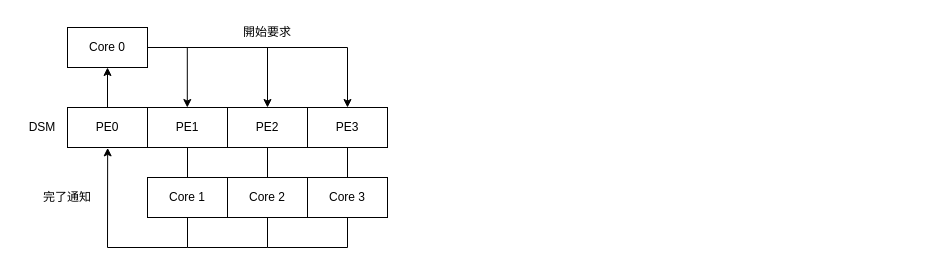
21km43/drawio keeps this draw.io diagram as マルチコア同期.drawio. Above is the earlier version. Source tidied: cells renumbered, new cells numbered last; positions are measured from the earlier drawing's top-left corner, leaving out a move shared by most shapes. Both pictures are drawn from the tidied source at 100%, with x=0, y=0 at pixel (17, 17).
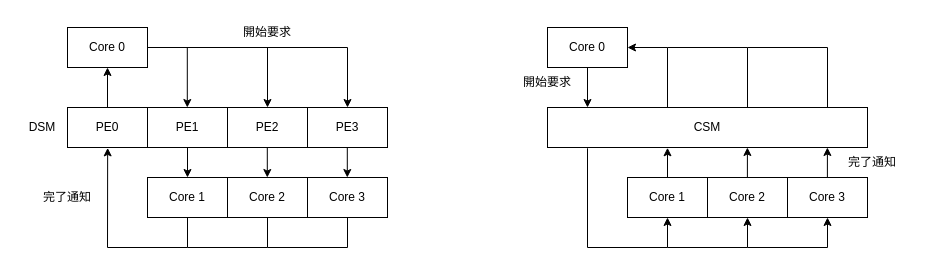
Above is the later version.

Commit message (it also covers changes not shown here):
マルチコア同期.drawio を更新します

The change refers to these unchanged cells:
```xml
<mxCell id="2" value="PE0" style="rounded=0;whiteSpace=wrap;html=1;" parent="1" vertex="1">
  <mxGeometry x="50" y="90" width="80" height="40" as="geometry" />
</mxCell>
<mxCell id="3" value="PE1" style="rounded=0;whiteSpace=wrap;html=1;" parent="1" vertex="1">
  <mxGeometry x="130" y="90" width="80" height="40" as="geometry" />
</mxCell>
<mxCell id="4" value="PE2" style="rounded=0;whiteSpace=wrap;html=1;" parent="1" vertex="1">
  <mxGeometry x="210" y="90" width="80" height="40" as="geometry" />
</mxCell>
<mxCell id="5" value="PE3" style="rounded=0;whiteSpace=wrap;html=1;" parent="1" vertex="1">
  <mxGeometry x="290" y="90" width="80" height="40" as="geometry" />
</mxCell>
<mxCell id="6" value="Core 0" style="rounded=0;whiteSpace=wrap;html=1;" parent="1" vertex="1">
  <mxGeometry x="50" y="10" width="80" height="40" as="geometry" />
</mxCell>
<mxCell id="7" value="Core 1" style="rounded=0;whiteSpace=wrap;html=1;" parent="1" vertex="1">
  <mxGeometry x="130" y="160" width="80" height="40" as="geometry" />
</mxCell>
<mxCell id="8" value="Core 2" style="rounded=0;whiteSpace=wrap;html=1;" parent="1" vertex="1">
  <mxGeometry x="210" y="160" width="80" height="40" as="geometry" />
</mxCell>
<mxCell id="9" value="Core 3" style="rounded=0;whiteSpace=wrap;html=1;" parent="1" vertex="1">
  <mxGeometry x="290" y="160" width="80" height="40" as="geometry" />
</mxCell>
```

What changed in the source:
```diff
@@
-    <mxCell id="16" style="endArrow=none;html=1;rounded=0;exitX=0.5;exitY=0;exitDx=0;exitDy=0;entryX=0.5;entryY=1;entryDx=0;entryDy=0;" parent="1" edge="1" source="7" target="3">
-      <mxGeometry relative="1" as="geometry" />
-    </mxCell>
-    <mxCell id="17" style="endArrow=none;html=1;rounded=0;entryX=0.5;entryY=1;entryDx=0;entryDy=0;exitX=0.5;exitY=0;exitDx=0;exitDy=0;" parent="1" edge="1" source="8" target="4">
-      <mxGeometry relative="1" as="geometry" />
-    </mxCell>
-    <mxCell id="18" style="endArrow=none;html=1;rounded=0;exitX=0.5;exitY=0;exitDx=0;exitDy=0;entryX=0.5;entryY=1;entryDx=0;entryDy=0;" parent="1" edge="1" source="9" target="5">
-      <mxGeometry relative="1" as="geometry" />
-    </mxCell>
-    <mxCell id="19" style="endArrow=classic;html=1;rounded=0;exitX=0.5;exitY=0;exitDx=0;exitDy=0;entryX=0.5;entryY=1;entryDx=0;entryDy=0;" parent="1" edge="1" source="2" target="6">
-      <mxGeometry relative="1" as="geometry" />
+    <mxCell id="19" style="endArrow=classic;html=1;rounded=0;exitX=0.5;exitY=0;exitDx=0;exitDy=0;" parent="1" edge="1" source="2">
+      <mxGeometry relative="1" as="geometry">
+        <mxPoint x="90" y="50" as="targetPoint" />
+      </mxGeometry>
     </mxCell>
@@
+    <mxCell id="23" value="CSM" style="rounded=0;whiteSpace=wrap;html=1;" parent="1" vertex="1">
+      <mxGeometry x="530" y="90" width="320" height="40" as="geometry" />
+    </mxCell>
+    <mxCell id="24" value="Core 0" style="rounded=0;whiteSpace=wrap;html=1;" parent="1" vertex="1">
+      <mxGeometry x="530" y="10" width="80" height="40" as="geometry" />
+    </mxCell>
+    <mxCell id="25" value="Core 1" style="rounded=0;whiteSpace=wrap;html=1;" parent="1" vertex="1">
+      <mxGeometry x="610" y="160" width="80" height="40" as="geometry" />
+    </mxCell>
+    <mxCell id="26" value="Core 2" style="rounded=0;whiteSpace=wrap;html=1;" parent="1" vertex="1">
+      <mxGeometry x="690" y="160" width="80" height="40" as="geometry" />
+    </mxCell>
+    <mxCell id="27" value="Core 3" style="rounded=0;whiteSpace=wrap;html=1;" parent="1" vertex="1">
+      <mxGeometry x="770" y="160" width="80" height="40" as="geometry" />
+    </mxCell>
+    <mxCell id="28" style="endArrow=classic;html=1;rounded=0;exitX=0.125;exitY=1.02;exitDx=0;exitDy=0;entryX=0.5;entryY=1;entryDx=0;entryDy=0;exitPerimeter=0;" parent="1" edge="1" source="23" target="25">
+      <mxGeometry relative="1" as="geometry">
+        <Array as="points">
+          <mxPoint x="570" y="230" />
+          <mxPoint x="650" y="230" />
+        </Array>
+      </mxGeometry>
+    </mxCell>
+    <mxCell id="29" value="完了通知" style="text;strokeColor=none;align=center;fillColor=none;html=1;verticalAlign=middle;whiteSpace=wrap;rounded=0;" parent="1" vertex="1">
+      <mxGeometry x="810" y="130" width="90" height="30" as="geometry" />
+    </mxCell>
+    <mxCell id="30" value="開始要求" style="text;strokeColor=none;align=center;fillColor=none;html=1;verticalAlign=middle;whiteSpace=wrap;rounded=0;" parent="1" vertex="1">
+      <mxGeometry x="490" y="50" width="80" height="30" as="geometry" />
+    </mxCell>
+    <mxCell id="31" style="endArrow=classic;html=1;rounded=0;exitX=0.5;exitY=1;exitDx=0;exitDy=0;" parent="1" edge="1" source="24">
+      <mxGeometry relative="1" as="geometry">
+        <mxPoint x="570" y="90" as="targetPoint" />
+      </mxGeometry>
+    </mxCell>
+    <mxCell id="32" style="endArrow=classic;html=1;rounded=0;exitX=1;exitY=0.5;exitDx=0;exitDy=0;entryX=0.5;entryY=1;entryDx=0;entryDy=0;" parent="1" edge="1" target="26">
+      <mxGeometry relative="1" as="geometry">
+        <mxPoint x="650" y="230" as="sourcePoint" />
+        <Array as="points">
+          <mxPoint x="730" y="230" />
+        </Array>
+      </mxGeometry>
+    </mxCell>
+    <mxCell id="33" style="endArrow=classic;html=1;rounded=0;exitX=1;exitY=0.5;exitDx=0;exitDy=0;entryX=0.5;entryY=1;entryDx=0;entryDy=0;" parent="1" edge="1">
+      <mxGeometry relative="1" as="geometry">
+        <mxPoint x="730" y="230" as="sourcePoint" />
+        <mxPoint x="810" y="200" as="targetPoint" />
+        <Array as="points">
+          <mxPoint x="810" y="230" />
+        </Array>
+      </mxGeometry>
+    </mxCell>
+    <mxCell id="34" style="endArrow=classic;html=1;rounded=0;entryX=0.5;entryY=0;entryDx=0;entryDy=0;" parent="1" edge="1" target="7">
+      <mxGeometry relative="1" as="geometry">
+        <mxPoint x="170" y="130" as="sourcePoint" />
+      </mxGeometry>
+    </mxCell>
+    <mxCell id="35" style="endArrow=classic;html=1;rounded=0;entryX=0.5;entryY=0;entryDx=0;entryDy=0;" parent="1" edge="1">
+      <mxGeometry relative="1" as="geometry">
+        <mxPoint x="249.8" y="130" as="sourcePoint" />
+        <mxPoint x="249.8" y="160" as="targetPoint" />
+      </mxGeometry>
+    </mxCell>
+    <mxCell id="36" style="endArrow=classic;html=1;rounded=0;entryX=0.5;entryY=0;entryDx=0;entryDy=0;" parent="1" edge="1">
+      <mxGeometry relative="1" as="geometry">
+        <mxPoint x="329.8" y="130" as="sourcePoint" />
+        <mxPoint x="329.8" y="160" as="targetPoint" />
+      </mxGeometry>
+    </mxCell>
+    <mxCell id="37" style="endArrow=classic;html=1;rounded=0;entryX=0.375;entryY=1.007;entryDx=0;entryDy=0;exitX=0.5;exitY=0;exitDx=0;exitDy=0;entryPerimeter=0;" parent="1" edge="1" source="25" target="23">
+      <mxGeometry relative="1" as="geometry" />
+    </mxCell>
+    <mxCell id="38" style="endArrow=classic;html=1;rounded=0;entryX=0.375;entryY=1.007;entryDx=0;entryDy=0;exitX=0.5;exitY=0;exitDx=0;exitDy=0;entryPerimeter=0;" parent="1" edge="1">
+      <mxGeometry relative="1" as="geometry">
+        <mxPoint x="729.9" y="160" as="sourcePoint" />
+        <mxPoint x="729.9" y="130" as="targetPoint" />
+      </mxGeometry>
+    </mxCell>
+    <mxCell id="39" style="endArrow=classic;html=1;rounded=0;entryX=0.375;entryY=1.007;entryDx=0;entryDy=0;exitX=0.5;exitY=0;exitDx=0;exitDy=0;entryPerimeter=0;" parent="1" edge="1">
+      <mxGeometry relative="1" as="geometry">
+        <mxPoint x="809.9" y="160" as="sourcePoint" />
+        <mxPoint x="809.9" y="130" as="targetPoint" />
+      </mxGeometry>
+    </mxCell>
+    <mxCell id="40" style="endArrow=classic;html=1;rounded=0;exitX=0.375;exitY=0;exitDx=0;exitDy=0;entryX=1;entryY=0.5;entryDx=0;entryDy=0;exitPerimeter=0;" parent="1" edge="1" source="23" target="24">
+      <mxGeometry relative="1" as="geometry">
+        <Array as="points">
+          <mxPoint x="650" y="30" />
+        </Array>
+      </mxGeometry>
+    </mxCell>
+    <mxCell id="41" style="endArrow=none;html=1;rounded=0;entryX=0.625;entryY=0.01;entryDx=0;entryDy=0;entryPerimeter=0;" parent="1" edge="1" target="23">
+      <mxGeometry relative="1" as="geometry">
+        <mxPoint x="650" y="30" as="sourcePoint" />
+        <Array as="points">
+          <mxPoint x="730" y="30" />
+        </Array>
+      </mxGeometry>
+    </mxCell>
+    <mxCell id="42" style="endArrow=none;html=1;rounded=0;entryX=0.625;entryY=0.01;entryDx=0;entryDy=0;entryPerimeter=0;" parent="1" edge="1">
+      <mxGeometry relative="1" as="geometry">
+        <mxPoint x="730" y="30" as="sourcePoint" />
+        <mxPoint x="810" y="90" as="targetPoint" />
+        <Array as="points">
+          <mxPoint x="810" y="30" />
+        </Array>
+      </mxGeometry>
+    </mxCell>
```
